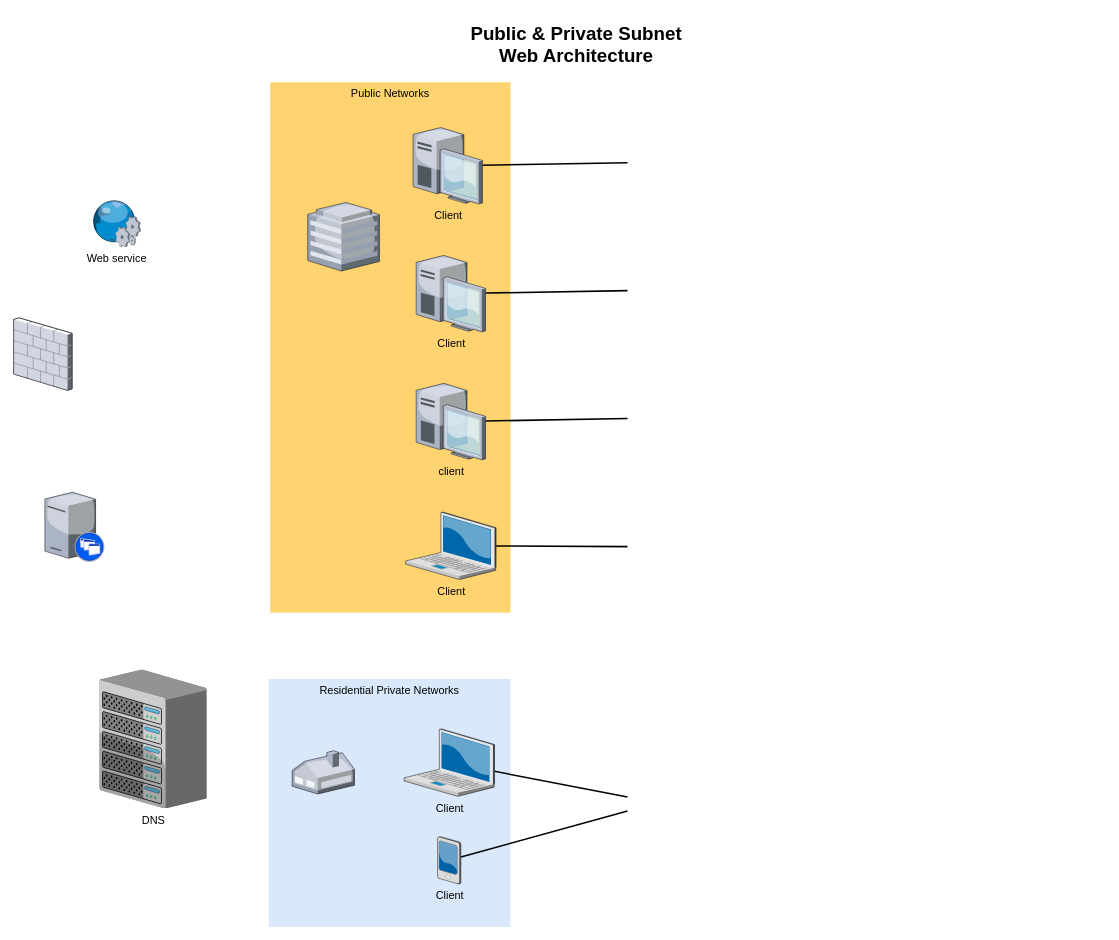
Above: Untitled Diagram.drawio in jwang1109/Draw (draw.io), before the change. Source tidied: cells renumbered, new cells numbered last; positions are measured from the earlier drawing's top-left corner, leaving out a move shared by most shapes. Both pictures are drawn from the tidied source at 78%, with x=0, y=0 at pixel (13, 29).
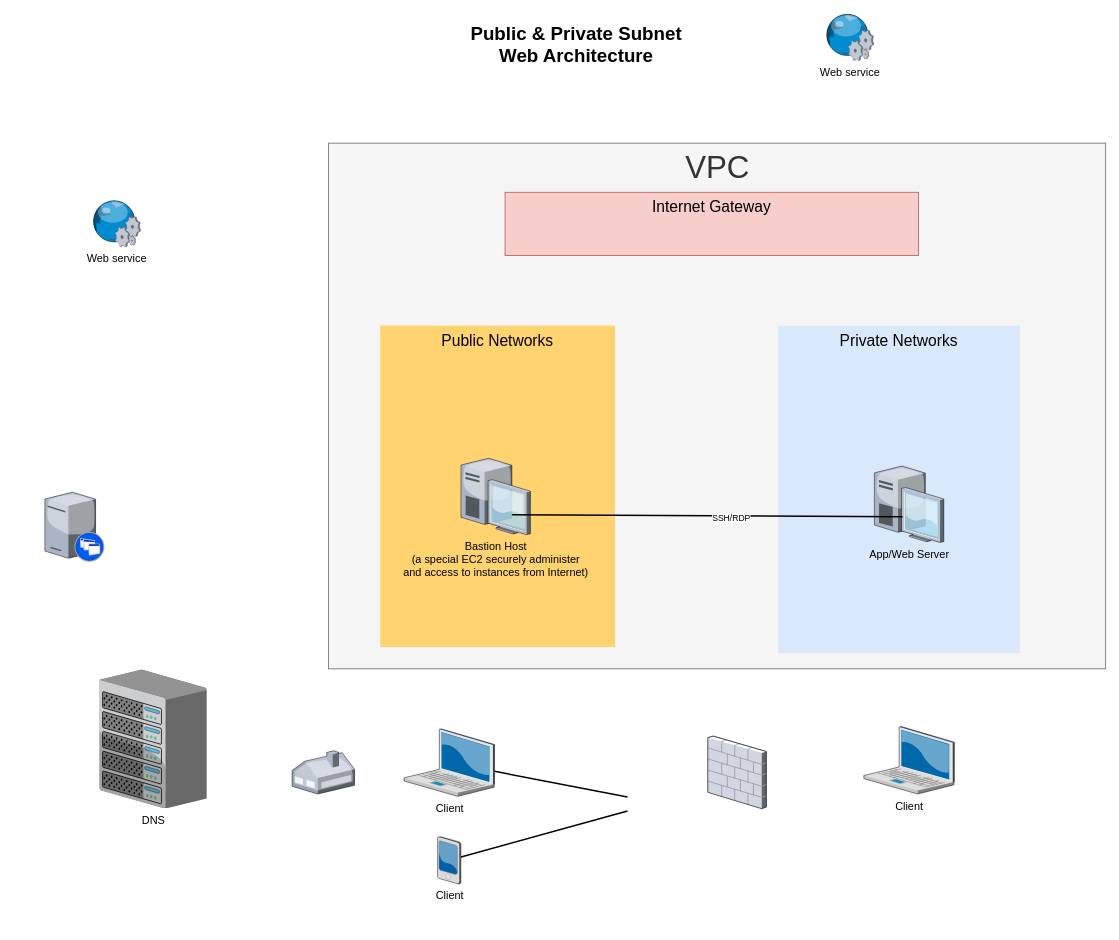
The same diagram, later.

Diff of the diagram source:
```diff
@@
-    <mxCell id="2" value="Residential Private Networks" style="whiteSpace=wrap;html=1;fillColor=#dae8fc;fontSize=14;strokeColor=none;verticalAlign=top;" parent="1" vertex="1">
-      <mxGeometry x="327" y="833" width="310" height="318" as="geometry" />
+    <mxCell id="2" value="&lt;font style=&quot;font-size: 40px;&quot;&gt;VPC&lt;/font&gt;" style="whiteSpace=wrap;html=1;fontSize=14;verticalAlign=top;fillColor=#f5f5f5;fontColor=#333333;strokeColor=#666666;" parent="1" vertex="1">
+      <mxGeometry x="403.5" y="146" width="996.5" height="674" as="geometry" />
     </mxCell>
-    <mxCell id="3" value="Public&amp;nbsp;Networks" style="whiteSpace=wrap;html=1;fillColor=#FFD470;gradientColor=none;fontSize=14;strokeColor=none;verticalAlign=top;" parent="1" vertex="1">
-      <mxGeometry x="329" y="68" width="308" height="680" as="geometry" />
+    <mxCell id="3" value="&lt;font style=&quot;font-size: 20px;&quot;&gt;Public&amp;nbsp;Networks&lt;/font&gt;" style="whiteSpace=wrap;html=1;fillColor=#FFD470;gradientColor=none;fontSize=14;strokeColor=none;verticalAlign=top;" parent="1" vertex="1">
+      <mxGeometry x="470" y="380" width="301" height="412" as="geometry" />
     </mxCell>
@@
-    <mxCell id="6" style="edgeStyle=none;rounded=0;html=1;startSize=10;endSize=10;jettySize=auto;fontSize=14;endArrow=none;endFill=0;strokeWidth=2;" parent="1" edge="1" source="7">
-      <mxGeometry relative="1" as="geometry">
-        <mxPoint x="787" y="663.3" as="targetPoint" />
-      </mxGeometry>
-    </mxCell>
     <mxCell id="7" value="Client" style="verticalLabelPosition=bottom;html=1;verticalAlign=top;strokeColor=none;shape=mxgraph.citrix.laptop_2;fillColor=#66B2FF;gradientColor=#0066CC;fontSize=14;" parent="1" vertex="1">
-      <mxGeometry x="502.5" y="619" width="116" height="86.5" as="geometry" />
+      <mxGeometry x="1090" y="894" width="116" height="86.5" as="geometry" />
     </mxCell>
-    <mxCell id="8" style="edgeStyle=none;rounded=0;html=1;startSize=10;endSize=10;jettySize=auto;fontSize=14;endArrow=none;endFill=0;strokeWidth=2;" parent="1" edge="1" source="9">
-      <mxGeometry relative="1" as="geometry">
-        <mxPoint x="787" y="499.1" as="targetPoint" />
-      </mxGeometry>
-    </mxCell>
-    <mxCell id="9" value="client" style="verticalLabelPosition=bottom;html=1;verticalAlign=top;strokeColor=none;shape=mxgraph.citrix.desktop;fillColor=#66B2FF;gradientColor=#0066CC;fontSize=14;" parent="1" vertex="1">
-      <mxGeometry x="516" y="454" width="89" height="98" as="geometry" />
-    </mxCell>
-    <mxCell id="10" style="edgeStyle=none;rounded=0;html=1;startSize=10;endSize=10;jettySize=auto;fontSize=14;endArrow=none;endFill=0;strokeWidth=2;" parent="1" edge="1" source="11">
-      <mxGeometry relative="1" as="geometry">
-        <mxPoint x="787" y="335.1" as="targetPoint" />
-      </mxGeometry>
-    </mxCell>
-    <mxCell id="11" value="Client" style="verticalLabelPosition=bottom;html=1;verticalAlign=top;strokeColor=none;shape=mxgraph.citrix.desktop;fillColor=#66B2FF;gradientColor=#0066CC;fontSize=14;" parent="1" vertex="1">
-      <mxGeometry x="516" y="290" width="89" height="98" as="geometry" />
-    </mxCell>
-    <mxCell id="12" style="edgeStyle=none;rounded=0;html=1;startSize=10;endSize=10;jettySize=auto;fontSize=14;endArrow=none;endFill=0;strokeWidth=2;" parent="1" edge="1" source="13">
-      <mxGeometry relative="1" as="geometry">
-        <mxPoint x="787" y="171.1" as="targetPoint" />
-      </mxGeometry>
-    </mxCell>
-    <mxCell id="13" value="Client" style="verticalLabelPosition=bottom;html=1;verticalAlign=top;strokeColor=none;shape=mxgraph.citrix.desktop;fillColor=#66B2FF;gradientColor=#0066CC;fontSize=14;" parent="1" vertex="1">
-      <mxGeometry x="512" y="126" width="89" height="98" as="geometry" />
+    <mxCell id="13" value="Bastion Host&lt;br&gt;(a special EC2 securely administer &lt;br&gt;and access to instances from Internet)" style="verticalLabelPosition=bottom;html=1;verticalAlign=top;strokeColor=none;shape=mxgraph.citrix.desktop;fillColor=#66B2FF;gradientColor=#0066CC;fontSize=14;" parent="1" vertex="1">
+      <mxGeometry x="573.5" y="550" width="89" height="98" as="geometry" />
     </mxCell>
@@
-    <mxCell id="17" style="verticalLabelPosition=bottom;html=1;verticalAlign=top;strokeColor=none;shape=mxgraph.citrix.hq_enterprise;fillColor=#66B2FF;gradientColor=#0066CC;fontSize=14;" parent="1" vertex="1">
-      <mxGeometry x="377" y="222" width="92" height="88" as="geometry" />
-    </mxCell>
@@
     <mxCell id="20" style="verticalLabelPosition=bottom;html=1;verticalAlign=top;strokeColor=none;shape=mxgraph.citrix.firewall;fillColor=#66B2FF;gradientColor=#0066CC;fontSize=14;" parent="1" vertex="1">
-      <mxGeometry y="370" width="75" height="93" as="geometry" />
+      <mxGeometry x="890" y="906.2" width="75" height="93" as="geometry" />
     </mxCell>
@@
+    <mxCell id="23" value="Private Networks" style="whiteSpace=wrap;html=1;fillColor=#dae8fc;fontSize=20;strokeColor=none;verticalAlign=top;" parent="1" vertex="1">
+      <mxGeometry x="980" y="380" width="310" height="420" as="geometry" />
+    </mxCell>
+    <mxCell id="24" value="App/Web Server" style="verticalLabelPosition=bottom;html=1;verticalAlign=top;strokeColor=none;shape=mxgraph.citrix.desktop;fillColor=#66B2FF;gradientColor=#0066CC;fontSize=14;" parent="1" vertex="1">
+      <mxGeometry x="1103.5" y="560" width="89" height="98" as="geometry" />
+    </mxCell>
+    <mxCell id="25" style="edgeStyle=none;rounded=0;html=1;startSize=10;endSize=10;jettySize=auto;fontSize=14;endArrow=none;endFill=0;strokeWidth=2;exitX=0.738;exitY=0.738;exitDx=0;exitDy=0;exitPerimeter=0;entryX=0.408;entryY=0.664;entryDx=0;entryDy=0;entryPerimeter=0;" parent="1" edge="1" source="13" target="24">
+      <mxGeometry relative="1" as="geometry" />
+    </mxCell>
+    <mxCell id="26" value="SSH/RDP" style="edgeLabel;html=1;align=center;verticalAlign=middle;" parent="25" vertex="1">
+      <mxGeometry x="0.12" y="-3" relative="1" as="geometry" />
+    </mxCell>
+    <mxCell id="27" value="Web service" style="verticalLabelPosition=bottom;html=1;verticalAlign=top;strokeColor=none;shape=mxgraph.citrix.web_service;fillColor=#66B2FF;gradientColor=#0066CC;fontSize=14;" parent="1" vertex="1">
+      <mxGeometry x="1040" y="-20" width="63" height="60" as="geometry" />
+    </mxCell>
+    <mxCell id="28" value="Internet Gateway" style="whiteSpace=wrap;html=1;fillColor=#f8cecc;fontSize=20;strokeColor=#b85450;verticalAlign=top;" parent="1" vertex="1">
+      <mxGeometry x="630" y="209" width="530" height="81" as="geometry" />
+    </mxCell>
```
